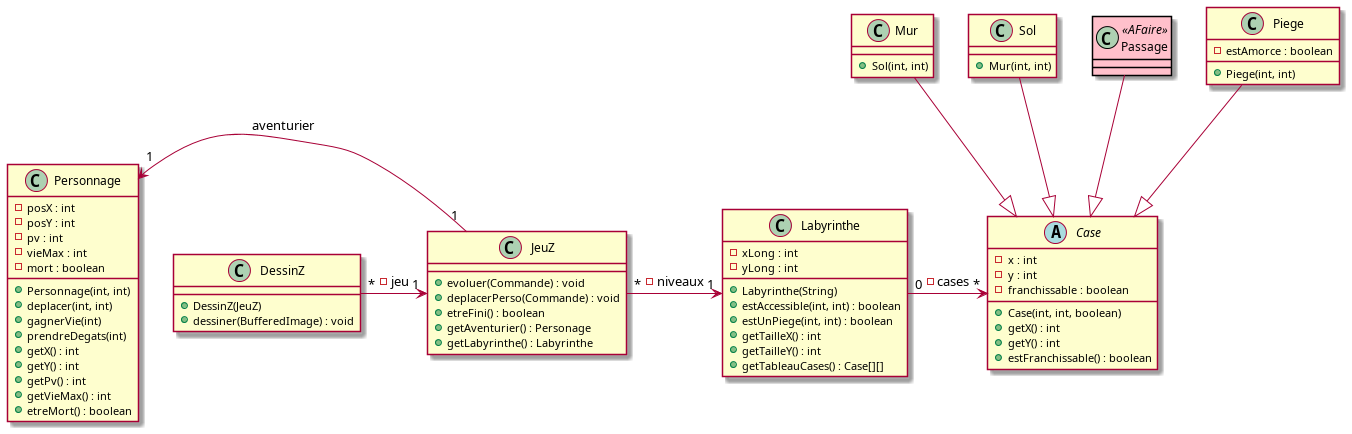
Alex-Michelet/2021_COO_Zeldiablo_Cordurie_Sacquard_Michelet_Kone_Becker keeps this PlantUML diagram as documents/version_4/umlClasses.png. Above is the earlier version. The source it was exported from:
```plantuml
@startuml

skinparam class{
  BackgroundColor<<AFaire>> Pink
  BorderColor<<AFaire>> Black
  BackgroundColor<<Nouveau>> Cyan
  BorderColor<<Nouveau>> Blue
}

class JeuZ{
+ evoluer(Commande) : void
+ deplacerPerso(Commande) : void
+ etreFini() : boolean
+ getAventurier() : Personage
+ getLabyrinthe() : Labyrinthe
}

class Personnage{
- posX : int
- posY : int
- pv : int
- vieMax : int
- mort : boolean
+ Personnage(int, int)
+ deplacer(int, int)
+ gagnerVie(int)
+ prendreDegats(int)
+ getX() : int
+ getY() : int
+ getPv() : int
+ getVieMax() : int
+ etreMort() : boolean
}

abstract class Case{
- x : int
- y : int
- franchissable : boolean
+ Case(int, int, boolean)
+ getX() : int
+ getY() : int
+ estFranchissable() : boolean
}

class Labyrinthe{
- xLong : int
- yLong : int
+ Labyrinthe(String)
+ estAccessible(int, int) : boolean
+ estUnPiege(int, int) : boolean
+ getTailleX() : int
+ getTailleY() : int
+ getTableauCases() : Case[][]
}

class DessinZ{
+ DessinZ(JeuZ)
+ dessiner(BufferedImage) : void
}

class Mur {
+ Sol(int, int)
}

class Sol {
+ Mur(int, int)
}

class Passage <<AFaire>>{}

class Piege{
- estAmorce : boolean
+ Piege(int, int)
}

Labyrinthe "0" -> "*" Case : -cases

Mur --|> Case
Sol --|> Case
Piege --|> Case
Passage --|> Case


DessinZ "*" -> "1" JeuZ : -jeu
JeuZ "1" -left> "1" Personnage : -aventurier
JeuZ "*" -> "1" Labyrinthe : -niveaux

@enduml
```
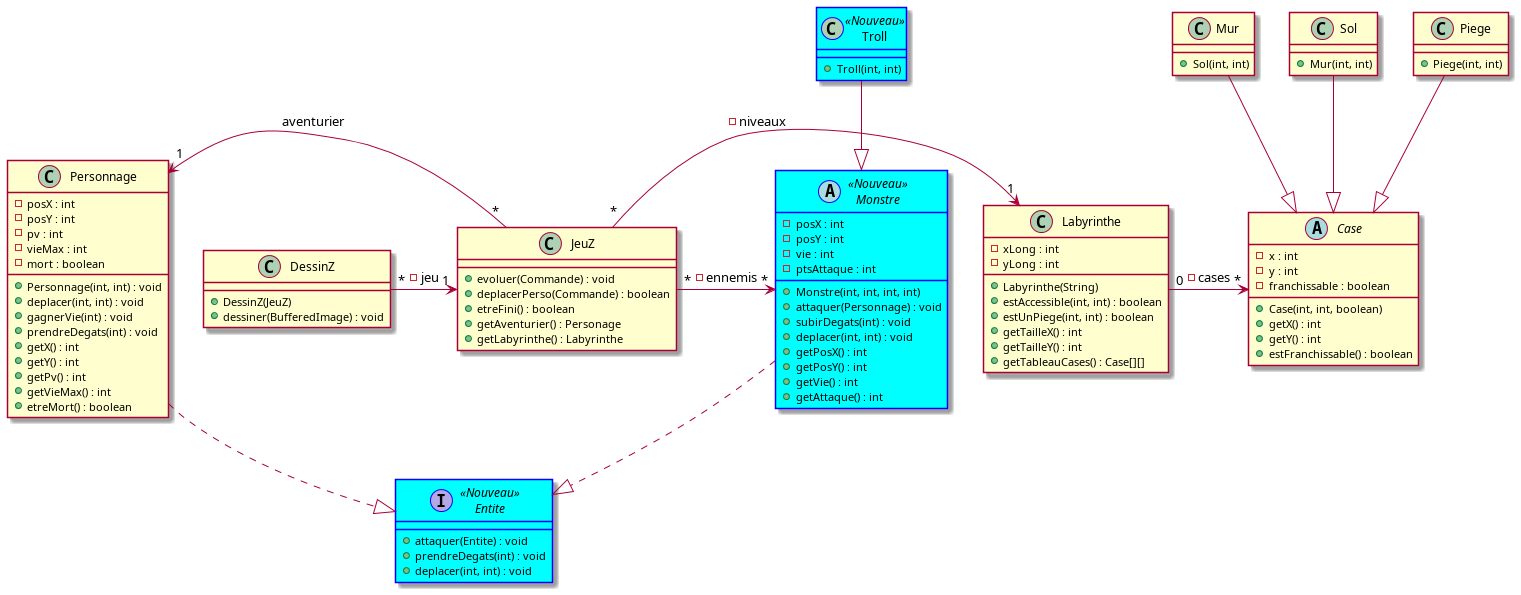
Later version of the same file.

Commit message:
Ajout diagramme sequence deplacer et attaquer pour les monstre

Diff of the diagram source:
```diff
@@ -9,7 +9,7 @@
 
 class JeuZ{
 + evoluer(Commande) : void
-+ deplacerPerso(Commande) : void
++ deplacerPerso(Commande) : boolean
 + etreFini() : boolean
 + getAventurier() : Personage
 + getLabyrinthe() : Labyrinthe
@@ -21,10 +21,10 @@
 - pv : int
 - vieMax : int
 - mort : boolean
-+ Personnage(int, int)
-+ deplacer(int, int)
-+ gagnerVie(int)
-+ prendreDegats(int)
++ Personnage(int, int) : void
++ deplacer(int, int) : void
++ gagnerVie(int) : void
++ prendreDegats(int) : void
 + getX() : int
 + getY() : int
 + getPv() : int
@@ -66,11 +66,33 @@
 + Mur(int, int)
 }
 
-class Passage <<AFaire>>{}
+class Piege{
++ Piege(int, int)
+}
 
-class Piege{
-- estAmorce : boolean
-+ Piege(int, int)
+abstract class Monstre <<Nouveau>>{
+- posX : int
+- posY : int
+- vie : int
+- ptsAttaque : int
++ Monstre(int, int, int, int)
++ attaquer(Personnage) : void
++ subirDegats(int) : void
++ deplacer(int, int) : void
++ getPosX() : int
++ getPosY() : int
++ getVie() : int
++ getAttaque() : int
+}
+
+class Troll <<Nouveau>>{
++ Troll(int, int)
+}
+
+interface Entite <<Nouveau>>{
++ attaquer(Entite) : void
++ prendreDegats(int) : void
++ deplacer(int, int) : void
 }
 
 Labyrinthe "0" -> "*" Case : -cases
@@ -78,11 +100,16 @@
 Mur --|> Case
 Sol --|> Case
 Piege --|> Case
-Passage --|> Case
 
+Troll --|> Monstre
+
+Personnage ..|> Entite
+Monstre ..|> Entite
 
 DessinZ "*" -> "1" JeuZ : -jeu
-JeuZ "1" -left> "1" Personnage : -aventurier
+
+JeuZ "*" -left> "1" Personnage : -aventurier
 JeuZ "*" -> "1" Labyrinthe : -niveaux
+JeuZ "*" -> "*" Monstre : -ennemis
 
 @enduml
```
